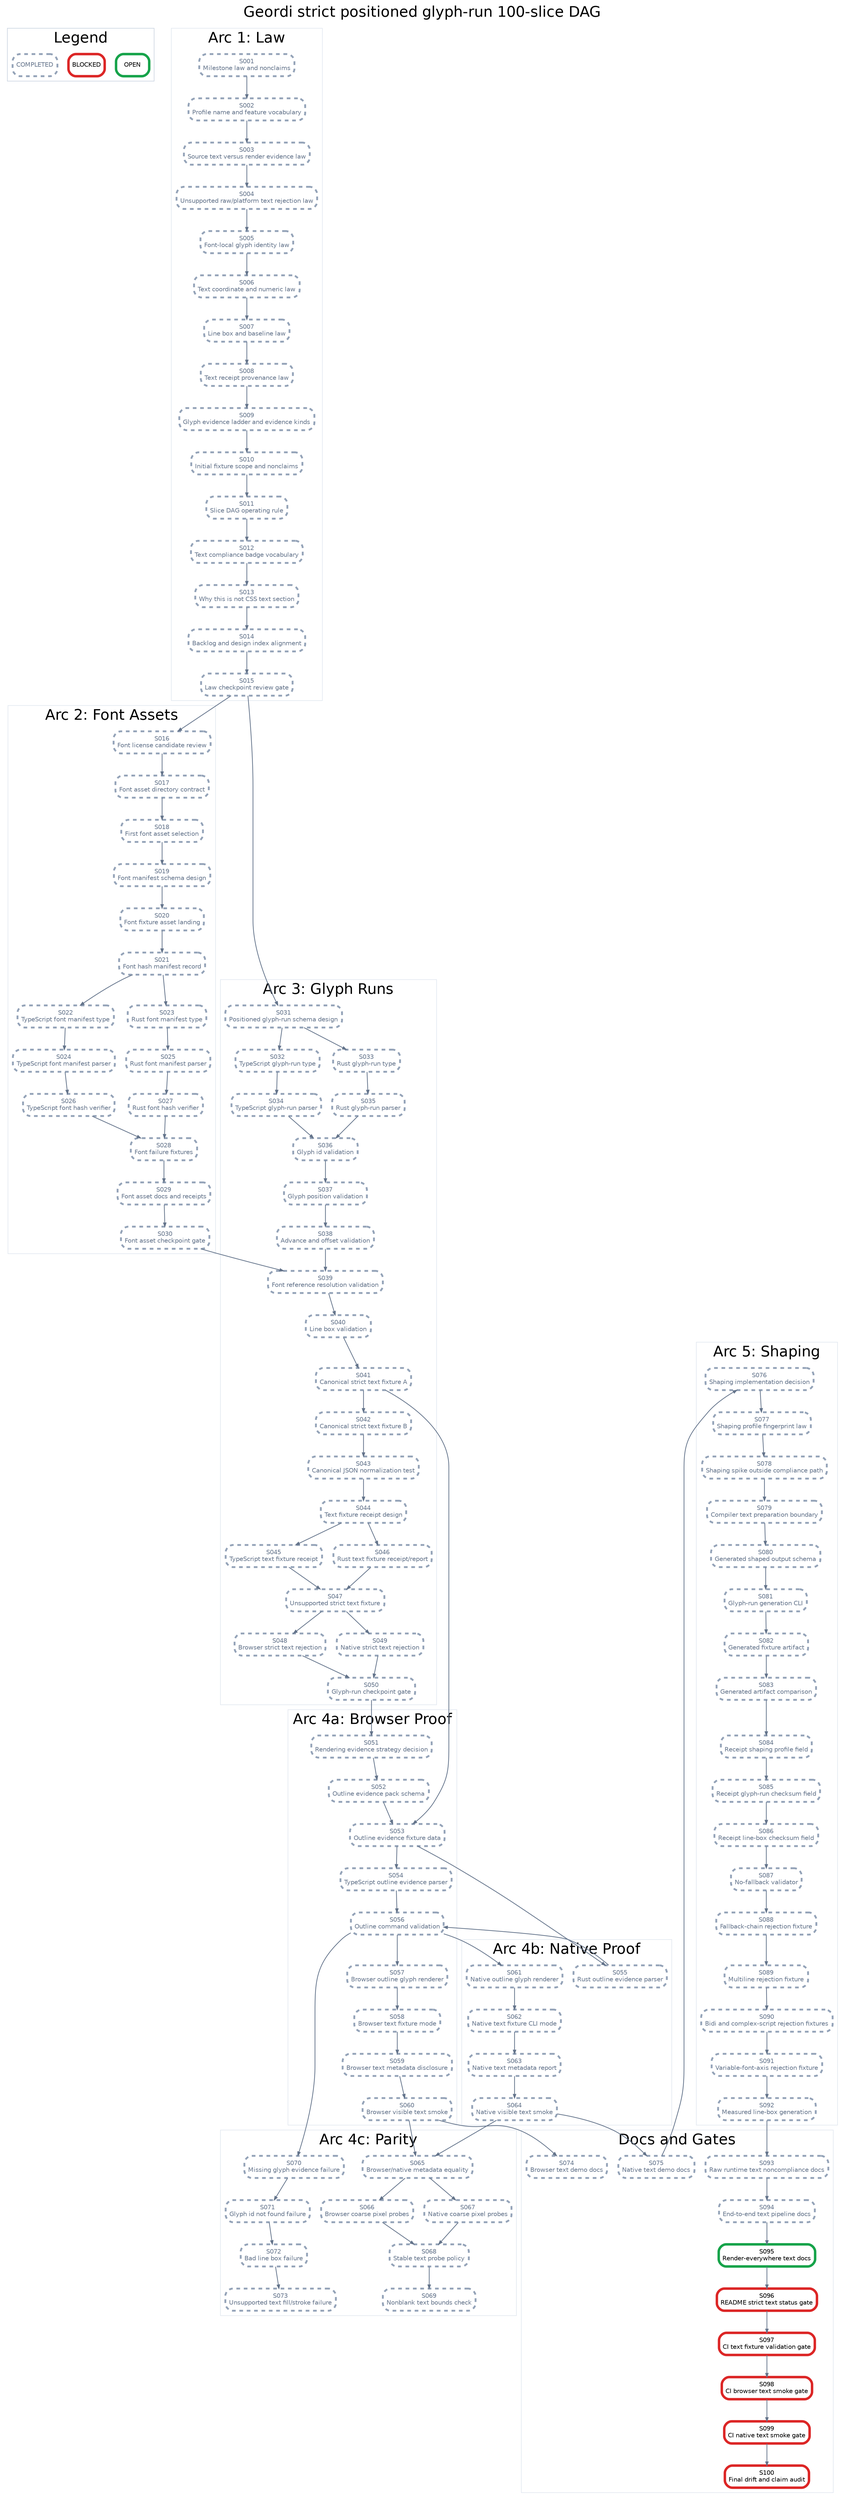
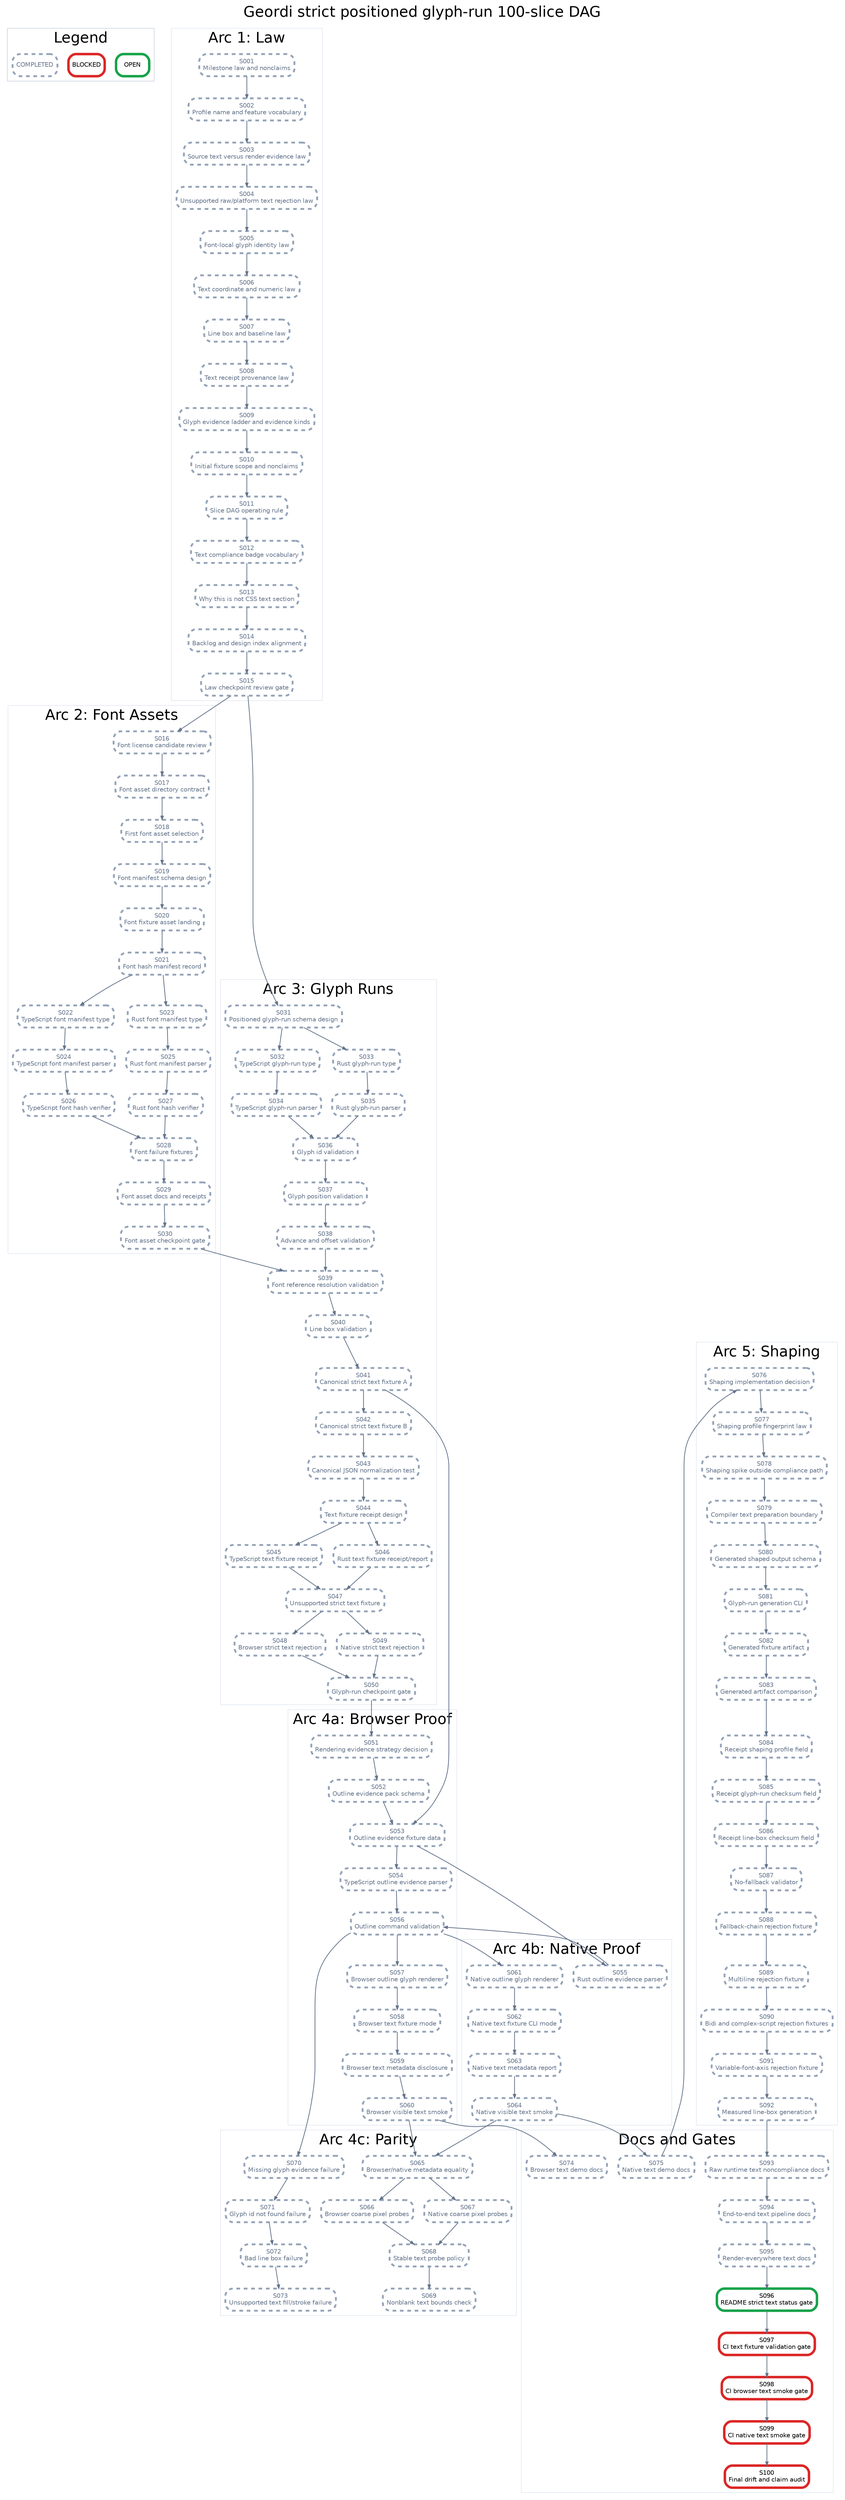
digraph StrictPositionedGlyphRunPlan {
  graph [rankdir=TB, bgcolor="white", fontname="Helvetica", label="Geordi strict positioned glyph-run 100-slice DAG", labelloc="t", fontsize=24];
  node [shape=box, style="rounded,filled", fillcolor="white", fontname="Helvetica", fontsize=10, margin="0.08,0.05"];
  edge [color="#64748b", arrowsize=0.6, penwidth=1.2];

  subgraph cluster_legend {
    label="Legend";
    color="#cbd5e1";
    legend_open [label="OPEN", color="#16a34a", penwidth=4];
    legend_blocked [label="BLOCKED", color="#dc2626", penwidth=4];
    legend_done [label="COMPLETED", color="#94a3b8", penwidth=3, style="rounded,filled,dashed", fontcolor="#64748b"];
  }

  subgraph cluster_law {
    label="Arc 1: Law";
    color="#e2e8f0";
    S001 [label="S001\nMilestone law and nonclaims", color="#94a3b8", penwidth=3, style="rounded,filled,dashed", fontcolor="#64748b"];
    S002 [label="S002\nProfile name and feature vocabulary", color="#94a3b8", penwidth=3, style="rounded,filled,dashed", fontcolor="#64748b"];
    S003 [label="S003\nSource text versus render evidence law", color="#94a3b8", penwidth=3, style="rounded,filled,dashed", fontcolor="#64748b"];
    S004 [label="S004\nUnsupported raw/platform text rejection law", color="#94a3b8", penwidth=3, style="rounded,filled,dashed", fontcolor="#64748b"];
    S005 [label="S005\nFont-local glyph identity law", color="#94a3b8", penwidth=3, style="rounded,filled,dashed", fontcolor="#64748b"];
    S006 [label="S006\nText coordinate and numeric law", color="#94a3b8", penwidth=3, style="rounded,filled,dashed", fontcolor="#64748b"];
    S007 [label="S007\nLine box and baseline law", color="#94a3b8", penwidth=3, style="rounded,filled,dashed", fontcolor="#64748b"];
    S008 [label="S008\nText receipt provenance law", color="#94a3b8", penwidth=3, style="rounded,filled,dashed", fontcolor="#64748b"];
    S009 [label="S009\nGlyph evidence ladder and evidence kinds", color="#94a3b8", penwidth=3, style="rounded,filled,dashed", fontcolor="#64748b"];
    S010 [label="S010\nInitial fixture scope and nonclaims", color="#94a3b8", penwidth=3, style="rounded,filled,dashed", fontcolor="#64748b"];
    S011 [label="S011\nSlice DAG operating rule", color="#94a3b8", penwidth=3, style="rounded,filled,dashed", fontcolor="#64748b"];
    S012 [label="S012\nText compliance badge vocabulary", color="#94a3b8", penwidth=3, style="rounded,filled,dashed", fontcolor="#64748b"];
    S013 [label="S013\nWhy this is not CSS text section", color="#94a3b8", penwidth=3, style="rounded,filled,dashed", fontcolor="#64748b"];
    S014 [label="S014\nBacklog and design index alignment", color="#94a3b8", penwidth=3, style="rounded,filled,dashed", fontcolor="#64748b"];
    S015 [label="S015\nLaw checkpoint review gate", color="#94a3b8", penwidth=3, style="rounded,filled,dashed", fontcolor="#64748b"];
  }

  subgraph cluster_assets {
    label="Arc 2: Font Assets";
    color="#e2e8f0";
    S016 [label="S016\nFont license candidate review", color="#94a3b8", penwidth=3, style="rounded,filled,dashed", fontcolor="#64748b"];
    S017 [label="S017\nFont asset directory contract", color="#94a3b8", penwidth=3, style="rounded,filled,dashed", fontcolor="#64748b"];
    S018 [label="S018\nFirst font asset selection", color="#94a3b8", penwidth=3, style="rounded,filled,dashed", fontcolor="#64748b"];
    S019 [label="S019\nFont manifest schema design", color="#94a3b8", penwidth=3, style="rounded,filled,dashed", fontcolor="#64748b"];
    S020 [label="S020\nFont fixture asset landing", color="#94a3b8", penwidth=3, style="rounded,filled,dashed", fontcolor="#64748b"];
    S021 [label="S021\nFont hash manifest record", color="#94a3b8", penwidth=3, style="rounded,filled,dashed", fontcolor="#64748b"];
    S022 [label="S022\nTypeScript font manifest type", color="#94a3b8", penwidth=3, style="rounded,filled,dashed", fontcolor="#64748b"];
    S023 [label="S023\nRust font manifest type", color="#94a3b8", penwidth=3, style="rounded,filled,dashed", fontcolor="#64748b"];
    S024 [label="S024\nTypeScript font manifest parser", color="#94a3b8", penwidth=3, style="rounded,filled,dashed", fontcolor="#64748b"];
    S025 [label="S025\nRust font manifest parser", color="#94a3b8", penwidth=3, style="rounded,filled,dashed", fontcolor="#64748b"];
    S026 [label="S026\nTypeScript font hash verifier", color="#94a3b8", penwidth=3, style="rounded,filled,dashed", fontcolor="#64748b"];
    S027 [label="S027\nRust font hash verifier", color="#94a3b8", penwidth=3, style="rounded,filled,dashed", fontcolor="#64748b"];
    S028 [label="S028\nFont failure fixtures", color="#94a3b8", penwidth=3, style="rounded,filled,dashed", fontcolor="#64748b"];
    S029 [label="S029\nFont asset docs and receipts", color="#94a3b8", penwidth=3, style="rounded,filled,dashed", fontcolor="#64748b"];
    S030 [label="S030\nFont asset checkpoint gate", color="#94a3b8", penwidth=3, style="rounded,filled,dashed", fontcolor="#64748b"];
  }

  subgraph cluster_glyph {
    label="Arc 3: Glyph Runs";
    color="#e2e8f0";
    S031 [label="S031\nPositioned glyph-run schema design", color="#94a3b8", penwidth=3, style="rounded,filled,dashed", fontcolor="#64748b"];
    S032 [label="S032\nTypeScript glyph-run type", color="#94a3b8", penwidth=3, style="rounded,filled,dashed", fontcolor="#64748b"];
    S033 [label="S033\nRust glyph-run type", color="#94a3b8", penwidth=3, style="rounded,filled,dashed", fontcolor="#64748b"];
    S034 [label="S034\nTypeScript glyph-run parser", color="#94a3b8", penwidth=3, style="rounded,filled,dashed", fontcolor="#64748b"];
    S035 [label="S035\nRust glyph-run parser", color="#94a3b8", penwidth=3, style="rounded,filled,dashed", fontcolor="#64748b"];
    S036 [label="S036\nGlyph id validation", color="#94a3b8", penwidth=3, style="rounded,filled,dashed", fontcolor="#64748b"];
    S037 [label="S037\nGlyph position validation", color="#94a3b8", penwidth=3, style="rounded,filled,dashed", fontcolor="#64748b"];
    S038 [label="S038\nAdvance and offset validation", color="#94a3b8", penwidth=3, style="rounded,filled,dashed", fontcolor="#64748b"];
    S039 [label="S039\nFont reference resolution validation", color="#94a3b8", penwidth=3, style="rounded,filled,dashed", fontcolor="#64748b"];
    S040 [label="S040\nLine box validation", color="#94a3b8", penwidth=3, style="rounded,filled,dashed", fontcolor="#64748b"];
    S041 [label="S041\nCanonical strict text fixture A", color="#94a3b8", penwidth=3, style="rounded,filled,dashed", fontcolor="#64748b"];
    S042 [label="S042\nCanonical strict text fixture B", color="#94a3b8", penwidth=3, style="rounded,filled,dashed", fontcolor="#64748b"];
    S043 [label="S043\nCanonical JSON normalization test", color="#94a3b8", penwidth=3, style="rounded,filled,dashed", fontcolor="#64748b"];
    S044 [label="S044\nText fixture receipt design", color="#94a3b8", penwidth=3, style="rounded,filled,dashed", fontcolor="#64748b"];
    S045 [label="S045\nTypeScript text fixture receipt", color="#94a3b8", penwidth=3, style="rounded,filled,dashed", fontcolor="#64748b"];
    S046 [label="S046\nRust text fixture receipt/report", color="#94a3b8", penwidth=3, style="rounded,filled,dashed", fontcolor="#64748b"];
    S047 [label="S047\nUnsupported strict text fixture", color="#94a3b8", penwidth=3, style="rounded,filled,dashed", fontcolor="#64748b"];
    S048 [label="S048\nBrowser strict text rejection", color="#94a3b8", penwidth=3, style="rounded,filled,dashed", fontcolor="#64748b"];
    S049 [label="S049\nNative strict text rejection", color="#94a3b8", penwidth=3, style="rounded,filled,dashed", fontcolor="#64748b"];
    S050 [label="S050\nGlyph-run checkpoint gate", color="#94a3b8", penwidth=3, style="rounded,filled,dashed", fontcolor="#64748b"];
  }

  subgraph cluster_browser {
    label="Arc 4a: Browser Proof";
    color="#e2e8f0";
    S051 [label="S051\nRendering evidence strategy decision", color="#94a3b8", penwidth=3, style="rounded,filled,dashed", fontcolor="#64748b"];
    S052 [label="S052\nOutline evidence pack schema", color="#94a3b8", penwidth=3, style="rounded,filled,dashed", fontcolor="#64748b"];
    S053 [label="S053\nOutline evidence fixture data", color="#94a3b8", penwidth=3, style="rounded,filled,dashed", fontcolor="#64748b"];
    S054 [label="S054\nTypeScript outline evidence parser", color="#94a3b8", penwidth=3, style="rounded,filled,dashed", fontcolor="#64748b"];
    S056 [label="S056\nOutline command validation", color="#94a3b8", penwidth=3, style="rounded,filled,dashed", fontcolor="#64748b"];
    S057 [label="S057\nBrowser outline glyph renderer", color="#94a3b8", penwidth=3, style="rounded,filled,dashed", fontcolor="#64748b"];
    S058 [label="S058\nBrowser text fixture mode", color="#94a3b8", penwidth=3, style="rounded,filled,dashed", fontcolor="#64748b"];
    S059 [label="S059\nBrowser text metadata disclosure", color="#94a3b8", penwidth=3, style="rounded,filled,dashed", fontcolor="#64748b"];
    S060 [label="S060\nBrowser visible text smoke", color="#94a3b8", penwidth=3, style="rounded,filled,dashed", fontcolor="#64748b"];
  }

  subgraph cluster_native {
    label="Arc 4b: Native Proof";
    color="#e2e8f0";
    S055 [label="S055\nRust outline evidence parser", color="#94a3b8", penwidth=3, style="rounded,filled,dashed", fontcolor="#64748b"];
    S061 [label="S061\nNative outline glyph renderer", color="#94a3b8", penwidth=3, style="rounded,filled,dashed", fontcolor="#64748b"];
    S062 [label="S062\nNative text fixture CLI mode", color="#94a3b8", penwidth=3, style="rounded,filled,dashed", fontcolor="#64748b"];
    S063 [label="S063\nNative text metadata report", color="#94a3b8", penwidth=3, style="rounded,filled,dashed", fontcolor="#64748b"];
    S064 [label="S064\nNative visible text smoke", color="#94a3b8", penwidth=3, style="rounded,filled,dashed", fontcolor="#64748b"];
  }

  subgraph cluster_parity {
    label="Arc 4c: Parity";
    color="#e2e8f0";
    S065 [label="S065\nBrowser/native metadata equality", color="#94a3b8", penwidth=3, style="rounded,filled,dashed", fontcolor="#64748b"];
    S066 [label="S066\nBrowser coarse pixel probes", color="#94a3b8", penwidth=3, style="rounded,filled,dashed", fontcolor="#64748b"];
    S067 [label="S067\nNative coarse pixel probes", color="#94a3b8", penwidth=3, style="rounded,filled,dashed", fontcolor="#64748b"];
    S068 [label="S068\nStable text probe policy", color="#94a3b8", penwidth=3, style="rounded,filled,dashed", fontcolor="#64748b"];
    S069 [label="S069\nNonblank text bounds check", color="#94a3b8", penwidth=3, style="rounded,filled,dashed", fontcolor="#64748b"];
    S070 [label="S070\nMissing glyph evidence failure", color="#94a3b8", penwidth=3, style="rounded,filled,dashed", fontcolor="#64748b"];
    S071 [label="S071\nGlyph id not found failure", color="#94a3b8", penwidth=3, style="rounded,filled,dashed", fontcolor="#64748b"];
    S072 [label="S072\nBad line box failure", color="#94a3b8", penwidth=3, style="rounded,filled,dashed", fontcolor="#64748b"];
    S073 [label="S073\nUnsupported text fill/stroke failure", color="#94a3b8", penwidth=3, style="rounded,filled,dashed", fontcolor="#64748b"];
  }

  subgraph cluster_shaping {
    label="Arc 5: Shaping";
    color="#e2e8f0";
    S076 [label="S076\nShaping implementation decision", color="#94a3b8", penwidth=3, style="rounded,filled,dashed", fontcolor="#64748b"];
    S077 [label="S077\nShaping profile fingerprint law", color="#94a3b8", penwidth=3, style="rounded,filled,dashed", fontcolor="#64748b"];
    S078 [label="S078\nShaping spike outside compliance path", color="#94a3b8", penwidth=3, style="rounded,filled,dashed", fontcolor="#64748b"];
    S079 [label="S079\nCompiler text preparation boundary", color="#94a3b8", penwidth=3, style="rounded,filled,dashed", fontcolor="#64748b"];
    S080 [label="S080\nGenerated shaped output schema", color="#94a3b8", penwidth=3, style="rounded,filled,dashed", fontcolor="#64748b"];
    S081 [label="S081\nGlyph-run generation CLI", color="#94a3b8", penwidth=3, style="rounded,filled,dashed", fontcolor="#64748b"];
    S082 [label="S082\nGenerated fixture artifact", color="#94a3b8", penwidth=3, style="rounded,filled,dashed", fontcolor="#64748b"];
    S083 [label="S083\nGenerated artifact comparison", color="#94a3b8", penwidth=3, style="rounded,filled,dashed", fontcolor="#64748b"];
    S084 [label="S084\nReceipt shaping profile field", color="#94a3b8", penwidth=3, style="rounded,filled,dashed", fontcolor="#64748b"];
    S085 [label="S085\nReceipt glyph-run checksum field", color="#94a3b8", penwidth=3, style="rounded,filled,dashed", fontcolor="#64748b"];
    S086 [label="S086\nReceipt line-box checksum field", color="#94a3b8", penwidth=3, style="rounded,filled,dashed", fontcolor="#64748b"];
    S087 [label="S087\nNo-fallback validator", color="#94a3b8", penwidth=3, style="rounded,filled,dashed", fontcolor="#64748b"];
    S088 [label="S088\nFallback-chain rejection fixture", color="#94a3b8", penwidth=3, style="rounded,filled,dashed", fontcolor="#64748b"];
    S089 [label="S089\nMultiline rejection fixture", color="#94a3b8", penwidth=3, style="rounded,filled,dashed", fontcolor="#64748b"];
    S090 [label="S090\nBidi and complex-script rejection fixtures", color="#94a3b8", penwidth=3, style="rounded,filled,dashed", fontcolor="#64748b"];
    S091 [label="S091\nVariable-font-axis rejection fixture", color="#94a3b8", penwidth=3, style="rounded,filled,dashed", fontcolor="#64748b"];
    S092 [label="S092\nMeasured line-box generation", color="#94a3b8", penwidth=3, style="rounded,filled,dashed", fontcolor="#64748b"];
  }

  subgraph cluster_docs {
    label="Docs and Gates";
    color="#e2e8f0";
    S074 [label="S074\nBrowser text demo docs", color="#94a3b8", penwidth=3, style="rounded,filled,dashed", fontcolor="#64748b"];
    S075 [label="S075\nNative text demo docs", color="#94a3b8", penwidth=3, style="rounded,filled,dashed", fontcolor="#64748b"];
    S093 [label="S093\nRaw runtime text noncompliance docs", color="#94a3b8", penwidth=3, style="rounded,filled,dashed", fontcolor="#64748b"];
    S094 [label="S094\nEnd-to-end text pipeline docs", color="#94a3b8", penwidth=3, style="rounded,filled,dashed", fontcolor="#64748b"];
-     S095 [label="S095\nRender-everywhere text docs", color="#16a34a", penwidth=4];
-     S096 [label="S096\nREADME strict text status gate", color="#dc2626", penwidth=4];
+     S095 [label="S095\nRender-everywhere text docs", color="#94a3b8", penwidth=3, style="rounded,filled,dashed", fontcolor="#64748b"];
+     S096 [label="S096\nREADME strict text status gate", color="#16a34a", penwidth=4];
    S097 [label="S097\nCI text fixture validation gate", color="#dc2626", penwidth=4];
    S098 [label="S098\nCI browser text smoke gate", color="#dc2626", penwidth=4];
    S099 [label="S099\nCI native text smoke gate", color="#dc2626", penwidth=4];
    S100 [label="S100\nFinal drift and claim audit", color="#dc2626", penwidth=4];
  }

  S001 -> S002;
  S002 -> S003;
  S003 -> S004;
  S004 -> S005;
  S005 -> S006;
  S006 -> S007;
  S007 -> S008;
  S008 -> S009;
  S009 -> S010;
  S010 -> S011;
  S011 -> S012;
  S012 -> S013;
  S013 -> S014;
  S014 -> S015;
  S015 -> S016;
  S016 -> S017;
  S017 -> S018;
  S018 -> S019;
  S019 -> S020;
  S020 -> S021;
  S021 -> S022;
  S021 -> S023;
  S022 -> S024;
  S023 -> S025;
  S024 -> S026;
  S025 -> S027;
  S026 -> S028;
  S027 -> S028;
  S028 -> S029;
  S029 -> S030;
  S015 -> S031;
  S031 -> S032;
  S031 -> S033;
  S032 -> S034;
  S033 -> S035;
  S034 -> S036;
  S035 -> S036;
  S036 -> S037;
  S037 -> S038;
  S038 -> S039;
  S039 -> S040;
  S030 -> S039;
  S040 -> S041;
  S041 -> S042;
  S042 -> S043;
  S043 -> S044;
  S044 -> S045;
  S044 -> S046;
  S045 -> S047;
  S046 -> S047;
  S047 -> S048;
  S047 -> S049;
  S048 -> S050;
  S049 -> S050;
  S050 -> S051;
  S051 -> S052;
  S052 -> S053;
  S041 -> S053;
  S053 -> S054;
  S053 -> S055;
  S054 -> S056;
  S055 -> S056;
  S056 -> S057;
  S057 -> S058;
  S058 -> S059;
  S059 -> S060;
  S056 -> S061;
  S061 -> S062;
  S062 -> S063;
  S063 -> S064;
  S060 -> S065;
  S064 -> S065;
  S065 -> S066;
  S065 -> S067;
  S066 -> S068;
  S067 -> S068;
  S068 -> S069;
  S056 -> S070;
  S070 -> S071;
  S071 -> S072;
  S072 -> S073;
  S060 -> S074;
  S064 -> S075;
  S075 -> S076;
  S076 -> S077;
  S077 -> S078;
  S078 -> S079;
  S079 -> S080;
  S080 -> S081;
  S081 -> S082;
  S082 -> S083;
  S083 -> S084;
  S084 -> S085;
  S085 -> S086;
  S086 -> S087;
  S087 -> S088;
  S088 -> S089;
  S089 -> S090;
  S090 -> S091;
  S091 -> S092;
  S092 -> S093;
  S093 -> S094;
  S094 -> S095;
  S095 -> S096;
  S096 -> S097;
  S097 -> S098;
  S098 -> S099;
  S099 -> S100;
}
